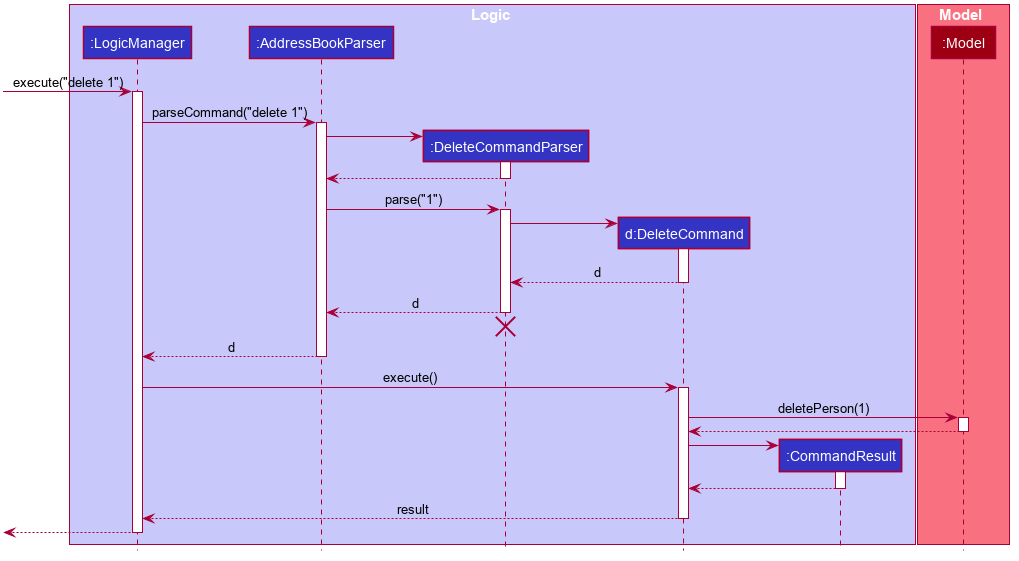
nus-cs2103-AY1920S2/addressbook-level3 keeps this PlantUML diagram as docs/images/DeleteSequenceDiagram.png. Above is the earlier version.
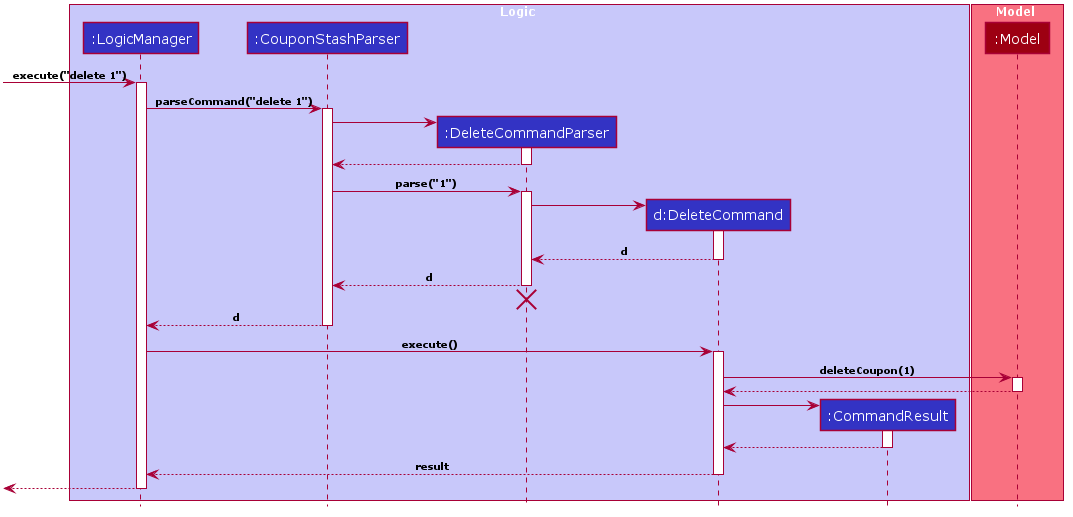
The same file after the commit.

Diff of the diagram source:
```diff
@@ -1,4 +1,6 @@
 @startuml
+
+
 
 
 
@@ -16,21 +18,22 @@
     BorderThickness 1
     BorderColor #FFFFFF
     StereotypeFontColor #FFFFFF
-    FontName Arial
+    FontName Verdana
+    AttributeFontColor #FFFFFF
 }
 
 skinparam Actor {
     BorderColor #000000
     Color #000000
-    FontName Arial
+    FontName Verdana
 }
 
 skinparam Sequence {
     MessageAlign center
-    BoxFontSize 15
+    BoxFontSize 12
     BoxPadding 0
     BoxFontColor #FFFFFF
-    FontName Arial
+    FontName Verdana
 }
 
 skinparam Participant {
@@ -38,11 +41,22 @@
     Padding 20
 }
 
+skinparam GenericDisplay zz
+
+skinparam ArrowFontSize 10
+skinparam ArrowFontStyle bold
+
+skinparam NoteBackgroundColor ghostwhite
+skinparam NoteBorderColor #3333C4
+skinparam DefaultFontName Verdana
+
 skinparam MinClassWidth 50
 skinparam ParticipantPadding 10
 skinparam Shadowing false
 skinparam DefaultTextAlignment center
 skinparam packageStyle Rectangle
+skinparam classAttributeIconSize 0
+skinparam genericDisplay old
 
 hide footbox
 hide members
@@ -50,7 +64,7 @@
 
 box Logic #C8C8FA
 participant ":LogicManager" as LogicManager #3333C4
-participant ":AddressBookParser" as AddressBookParser #3333C4
+participant ":CouponStashParser" as CouponStashParser #3333C4
 participant ":DeleteCommandParser" as DeleteCommandParser #3333C4
 participant "d:DeleteCommand" as DeleteCommand #3333C4
 participant ":CommandResult" as CommandResult #3333C4
@@ -63,17 +77,17 @@
 [-> LogicManager : execute("delete 1")
 activate LogicManager
 
-LogicManager -> AddressBookParser : parseCommand("delete 1")
-activate AddressBookParser
+LogicManager -> CouponStashParser : parseCommand("delete 1")
+activate CouponStashParser
 
 create DeleteCommandParser
-AddressBookParser -> DeleteCommandParser
+CouponStashParser -> DeleteCommandParser
 activate DeleteCommandParser
 
-DeleteCommandParser --> AddressBookParser
+DeleteCommandParser --> CouponStashParser
 deactivate DeleteCommandParser
 
-AddressBookParser -> DeleteCommandParser : parse("1")
+CouponStashParser -> DeleteCommandParser : parse("1")
 activate DeleteCommandParser
 
 create DeleteCommand
@@ -83,18 +97,18 @@
 DeleteCommand --> DeleteCommandParser : d
 deactivate DeleteCommand
 
-DeleteCommandParser --> AddressBookParser : d
+DeleteCommandParser --> CouponStashParser : d
 deactivate DeleteCommandParser
-DeleteCommandParser -[hidden]-> AddressBookParser
+DeleteCommandParser -[hidden]-> CouponStashParser
 destroy DeleteCommandParser
 
-AddressBookParser --> LogicManager : d
-deactivate AddressBookParser
+CouponStashParser --> LogicManager : d
+deactivate CouponStashParser
 
 LogicManager -> DeleteCommand : execute()
 activate DeleteCommand
 
-DeleteCommand -> Model : deletePerson(1)
+DeleteCommand -> Model : deleteCoupon(1)
 activate Model
 
 Model --> DeleteCommand
```
